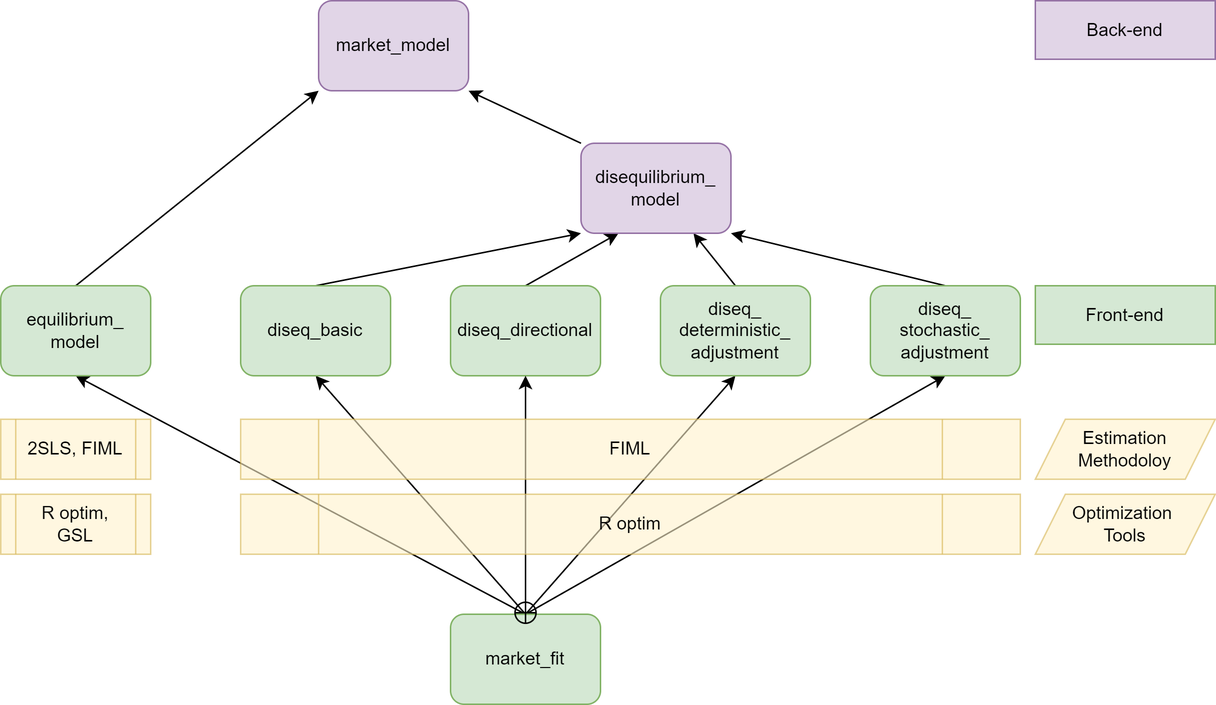
Before: man/figures/design.png, a diagram exported from draw.io (pi-kappa-devel/markets). Source tidied: cells renumbered, new cells last; positions are measured from the earlier drawing's top-left corner, leaving out a move shared by most shapes. The source it was exported from:
```xml
<mxGraphModel>
  <root>
    <mxCell id="0" />
    <mxCell id="1" parent="0" />
    <mxCell id="2" style="edgeStyle=orthogonalEdgeStyle;rounded=0;jettySize=auto;html=1;noEdgeStyle=1;orthogonal=1;entryX=0.5;entryY=1;entryDx=0;entryDy=0;exitX=0.5;exitY=0;exitDx=0;exitDy=0;" parent="1" edge="1" source="25" target="9">
      <mxGeometry relative="1" as="geometry" />
    </mxCell>
    <mxCell id="3" style="edgeStyle=orthogonalEdgeStyle;rounded=0;jettySize=auto;html=1;noEdgeStyle=1;orthogonal=1;entryX=0.5;entryY=1;entryDx=0;entryDy=0;exitX=0.5;exitY=0;exitDx=0;exitDy=0;" parent="1" edge="1" source="25" target="15">
      <mxGeometry relative="1" as="geometry" />
    </mxCell>
    <mxCell id="4" style="edgeStyle=orthogonalEdgeStyle;rounded=0;jettySize=auto;html=1;noEdgeStyle=1;orthogonal=1;entryX=0.5;entryY=1;entryDx=0;entryDy=0;exitX=0.5;exitY=0;exitDx=0;exitDy=0;" parent="1" edge="1" source="25" target="17">
      <mxGeometry relative="1" as="geometry" />
    </mxCell>
    <mxCell id="5" style="edgeStyle=orthogonalEdgeStyle;rounded=0;jettySize=auto;html=1;noEdgeStyle=1;orthogonal=1;entryX=0.5;entryY=1;entryDx=0;entryDy=0;exitX=0.5;exitY=0;exitDx=0;exitDy=0;" parent="1" edge="1" source="25" target="18">
      <mxGeometry relative="1" as="geometry" />
    </mxCell>
    <mxCell id="6" style="edgeStyle=orthogonalEdgeStyle;rounded=0;jettySize=auto;html=1;noEdgeStyle=1;orthogonal=1;exitX=0.5;exitY=0;exitDx=0;exitDy=0;" parent="1" edge="1" source="9" target="8">
      <mxGeometry relative="1" as="geometry" />
    </mxCell>
    <mxCell id="7" style="edgeStyle=orthogonalEdgeStyle;rounded=0;jettySize=auto;html=1;noEdgeStyle=1;orthogonal=1;" parent="1" edge="1" source="14" target="8">
      <mxGeometry relative="1" as="geometry" />
    </mxCell>
    <mxCell id="8" value="market_model" style="rounded=1;whiteSpace=wrap;html=1;fillColor=#e1d5e7;strokeColor=#9673a6;" parent="1" vertex="1">
      <mxGeometry x="212" width="100" height="60" as="geometry" />
    </mxCell>
    <mxCell id="9" value="equilibrium_ model" style="rounded=1;whiteSpace=wrap;html=1;fillColor=#d5e8d4;strokeColor=#82b366;" parent="1" vertex="1">
      <mxGeometry y="190" width="100" height="60" as="geometry" />
    </mxCell>
    <mxCell id="10" style="edgeStyle=orthogonalEdgeStyle;rounded=0;jettySize=auto;html=1;noEdgeStyle=1;orthogonal=1;entryX=0;entryY=1;entryDx=0;entryDy=0;exitX=0.5;exitY=0;exitDx=0;exitDy=0;" parent="1" edge="1" source="15" target="14">
      <mxGeometry relative="1" as="geometry" />
    </mxCell>
    <mxCell id="11" style="edgeStyle=orthogonalEdgeStyle;rounded=0;jettySize=auto;html=1;noEdgeStyle=1;orthogonal=1;exitX=0.5;exitY=0;exitDx=0;exitDy=0;entryX=0.25;entryY=1;entryDx=0;entryDy=0;" parent="1" edge="1" source="16" target="14">
      <mxGeometry relative="1" as="geometry" />
    </mxCell>
    <mxCell id="12" style="edgeStyle=orthogonalEdgeStyle;rounded=0;jettySize=auto;html=1;noEdgeStyle=1;orthogonal=1;entryX=0.75;entryY=1;entryDx=0;entryDy=0;exitX=0.5;exitY=0;exitDx=0;exitDy=0;" parent="1" edge="1" source="17" target="14">
      <mxGeometry relative="1" as="geometry" />
    </mxCell>
    <mxCell id="13" style="edgeStyle=orthogonalEdgeStyle;rounded=0;jettySize=auto;html=1;noEdgeStyle=1;orthogonal=1;exitX=0.5;exitY=0;exitDx=0;exitDy=0;" parent="1" edge="1" source="18" target="14">
      <mxGeometry relative="1" as="geometry" />
    </mxCell>
    <mxCell id="14" value="disequilibrium_&lt;br&gt;model" style="rounded=1;whiteSpace=wrap;html=1;fillColor=#e1d5e7;strokeColor=#9673a6;" parent="1" vertex="1">
      <mxGeometry x="387" y="95" width="100" height="60" as="geometry" />
    </mxCell>
    <mxCell id="15" value="diseq_basic" style="rounded=1;whiteSpace=wrap;html=1;fillColor=#d5e8d4;strokeColor=#82b366;" parent="1" vertex="1">
      <mxGeometry x="160" y="190" width="100" height="60" as="geometry" />
    </mxCell>
    <mxCell id="16" value="diseq_directional" style="rounded=1;whiteSpace=wrap;html=1;fillColor=#d5e8d4;strokeColor=#82b366;" parent="1" vertex="1">
      <mxGeometry x="300" y="190" width="100" height="60" as="geometry" />
    </mxCell>
    <mxCell id="17" value="diseq_ deterministic_ adjustment" style="rounded=1;html=1;align=center;whiteSpace=wrap;fillColor=#d5e8d4;strokeColor=#82b366;" parent="1" vertex="1">
      <mxGeometry x="440" y="190" width="100" height="60" as="geometry" />
    </mxCell>
    <mxCell id="18" value="diseq_ stochastic_ adjustment" style="rounded=1;whiteSpace=wrap;html=1;fillColor=#d5e8d4;strokeColor=#82b366;" parent="1" vertex="1">
      <mxGeometry x="580" y="190" width="100" height="60" as="geometry" />
    </mxCell>
    <mxCell id="19" value="2SLS, FIML" style="shape=process;whiteSpace=wrap;html=1;backgroundOutline=1;align=center;fillColor=#fff2cc;strokeColor=#d6b656;labelBackgroundColor=none;opacity=60;" parent="1" vertex="1">
      <mxGeometry y="279" width="100" height="40" as="geometry" />
    </mxCell>
    <mxCell id="20" value="Estimation Methodoloy" style="shape=parallelogram;perimeter=parallelogramPerimeter;whiteSpace=wrap;html=1;fixedSize=1;align=center;fillColor=#fff2cc;strokeColor=#d6b656;labelBackgroundColor=none;opacity=60;" parent="1" vertex="1">
      <mxGeometry x="690" y="279" width="120" height="40" as="geometry" />
    </mxCell>
    <mxCell id="21" value="Back-end" style="rounded=0;whiteSpace=wrap;html=1;align=center;fillColor=#e1d5e7;strokeColor=#9673a6;" parent="1" vertex="1">
      <mxGeometry x="690" width="120" height="39" as="geometry" />
    </mxCell>
    <mxCell id="22" value="Front-end" style="rounded=0;whiteSpace=wrap;html=1;align=center;fillColor=#d5e8d4;strokeColor=#82b366;" parent="1" vertex="1">
      <mxGeometry x="690" y="190" width="120" height="39" as="geometry" />
    </mxCell>
    <mxCell id="23" value="Optimization &lt;br&gt;Tools" style="shape=parallelogram;perimeter=parallelogramPerimeter;whiteSpace=wrap;html=1;fixedSize=1;align=center;fillColor=#fff2cc;strokeColor=#d6b656;labelBackgroundColor=none;opacity=60;" parent="1" vertex="1">
      <mxGeometry x="690" y="329" width="120" height="40" as="geometry" />
    </mxCell>
    <mxCell id="24" value="R optim,&lt;br&gt;GSL" style="shape=process;whiteSpace=wrap;html=1;backgroundOutline=1;align=center;fillColor=#fff2cc;strokeColor=#d6b656;labelBackgroundColor=none;opacity=60;" parent="1" vertex="1">
      <mxGeometry y="329" width="100" height="40" as="geometry" />
    </mxCell>
    <mxCell id="25" value="market_fit" style="rounded=1;whiteSpace=wrap;html=1;fillColor=#d5e8d4;strokeColor=#82b366;" parent="1" vertex="1">
      <mxGeometry x="300" y="409" width="100" height="60" as="geometry" />
    </mxCell>
    <mxCell id="26" style="edgeStyle=orthogonalEdgeStyle;rounded=0;jettySize=auto;html=1;noEdgeStyle=1;orthogonal=1;entryX=0.5;entryY=1;entryDx=0;entryDy=0;startArrow=circlePlus;startFill=0;sourcePerimeterSpacing=-7;" parent="1" edge="1" source="25" target="16">
      <mxGeometry relative="1" as="geometry" />
    </mxCell>
    <mxCell id="27" value="FIML" style="shape=process;whiteSpace=wrap;html=1;backgroundOutline=1;align=center;fillColor=#fff2cc;strokeColor=#d6b656;labelBackgroundColor=none;opacity=60;" parent="1" vertex="1">
      <mxGeometry x="160" y="279" width="520" height="40" as="geometry" />
    </mxCell>
    <mxCell id="28" value="R optim" style="shape=process;whiteSpace=wrap;html=1;backgroundOutline=1;align=center;fillColor=#fff2cc;strokeColor=#d6b656;labelBackgroundColor=none;opacity=60;" parent="1" vertex="1">
      <mxGeometry x="160" y="329" width="520" height="40" as="geometry" />
    </mxCell>
  </root>
</mxGraphModel>
```
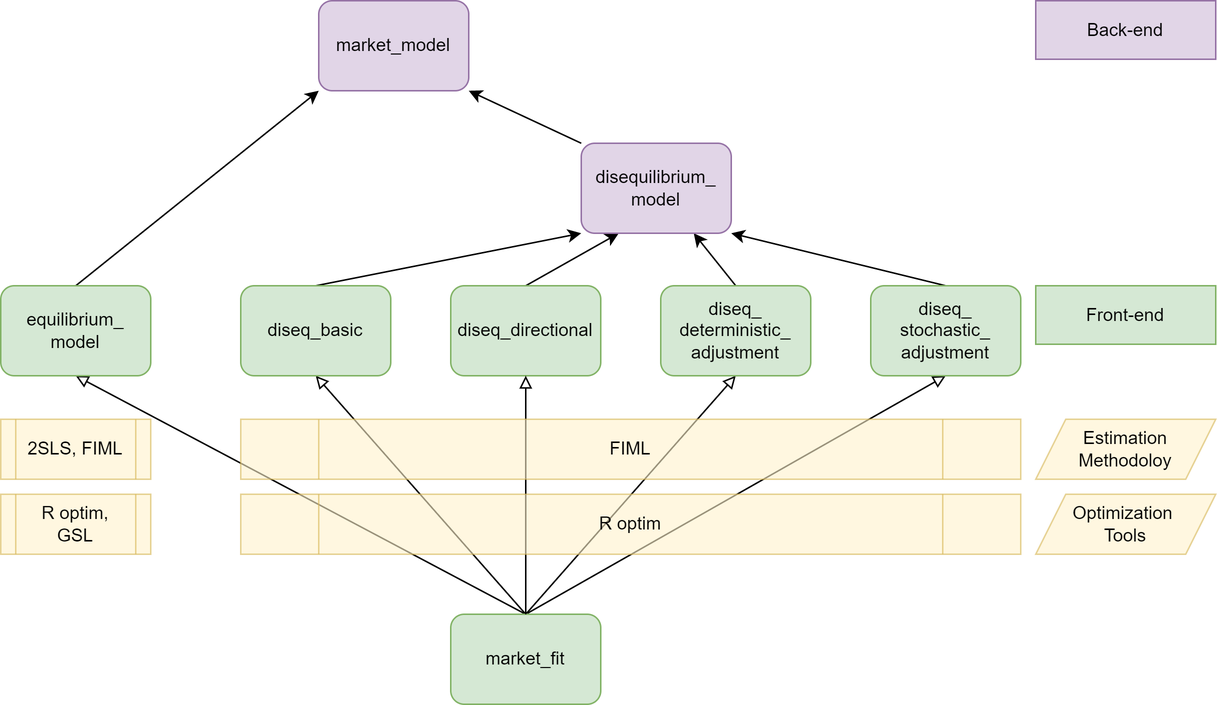
The same file after the commit.

The edit, as a diff of the source:
```diff
@@ -2,16 +2,16 @@
   <root>
     <mxCell id="0" />
     <mxCell id="1" parent="0" />
-    <mxCell id="2" style="edgeStyle=orthogonalEdgeStyle;rounded=0;jettySize=auto;html=1;noEdgeStyle=1;orthogonal=1;entryX=0.5;entryY=1;entryDx=0;entryDy=0;exitX=0.5;exitY=0;exitDx=0;exitDy=0;" parent="1" edge="1" source="25" target="9">
+    <mxCell id="2" style="edgeStyle=orthogonalEdgeStyle;rounded=0;jettySize=auto;html=1;noEdgeStyle=1;orthogonal=1;entryX=0.5;entryY=1;entryDx=0;entryDy=0;exitX=0.5;exitY=0;exitDx=0;exitDy=0;startArrow=none;startFill=0;endArrow=block;endFill=0;" parent="1" edge="1" source="25" target="9">
       <mxGeometry relative="1" as="geometry" />
     </mxCell>
-    <mxCell id="3" style="edgeStyle=orthogonalEdgeStyle;rounded=0;jettySize=auto;html=1;noEdgeStyle=1;orthogonal=1;entryX=0.5;entryY=1;entryDx=0;entryDy=0;exitX=0.5;exitY=0;exitDx=0;exitDy=0;" parent="1" edge="1" source="25" target="15">
+    <mxCell id="3" style="edgeStyle=orthogonalEdgeStyle;rounded=0;jettySize=auto;html=1;noEdgeStyle=1;orthogonal=1;entryX=0.5;entryY=1;entryDx=0;entryDy=0;exitX=0.5;exitY=0;exitDx=0;exitDy=0;startArrow=none;startFill=0;endArrow=block;endFill=0;" parent="1" edge="1" source="25" target="15">
       <mxGeometry relative="1" as="geometry" />
     </mxCell>
-    <mxCell id="4" style="edgeStyle=orthogonalEdgeStyle;rounded=0;jettySize=auto;html=1;noEdgeStyle=1;orthogonal=1;entryX=0.5;entryY=1;entryDx=0;entryDy=0;exitX=0.5;exitY=0;exitDx=0;exitDy=0;" parent="1" edge="1" source="25" target="17">
+    <mxCell id="4" style="edgeStyle=orthogonalEdgeStyle;rounded=0;jettySize=auto;html=1;noEdgeStyle=1;orthogonal=1;entryX=0.5;entryY=1;entryDx=0;entryDy=0;exitX=0.5;exitY=0;exitDx=0;exitDy=0;startArrow=none;startFill=0;endArrow=block;endFill=0;" parent="1" edge="1" source="25" target="17">
       <mxGeometry relative="1" as="geometry" />
     </mxCell>
-    <mxCell id="5" style="edgeStyle=orthogonalEdgeStyle;rounded=0;jettySize=auto;html=1;noEdgeStyle=1;orthogonal=1;entryX=0.5;entryY=1;entryDx=0;entryDy=0;exitX=0.5;exitY=0;exitDx=0;exitDy=0;" parent="1" edge="1" source="25" target="18">
+    <mxCell id="5" style="edgeStyle=orthogonalEdgeStyle;rounded=0;jettySize=auto;html=1;noEdgeStyle=1;orthogonal=1;entryX=0.5;entryY=1;entryDx=0;entryDy=0;exitX=0.5;exitY=0;exitDx=0;exitDy=0;startArrow=none;startFill=0;endArrow=block;endFill=0;" parent="1" edge="1" source="25" target="18">
       <mxGeometry relative="1" as="geometry" />
     </mxCell>
     <mxCell id="6" style="edgeStyle=orthogonalEdgeStyle;rounded=0;jettySize=auto;html=1;noEdgeStyle=1;orthogonal=1;exitX=0.5;exitY=0;exitDx=0;exitDy=0;" parent="1" edge="1" source="9" target="8">
@@ -74,7 +74,7 @@
     <mxCell id="25" value="market_fit" style="rounded=1;whiteSpace=wrap;html=1;fillColor=#d5e8d4;strokeColor=#82b366;" parent="1" vertex="1">
       <mxGeometry x="300" y="409" width="100" height="60" as="geometry" />
     </mxCell>
-    <mxCell id="26" style="edgeStyle=orthogonalEdgeStyle;rounded=0;jettySize=auto;html=1;noEdgeStyle=1;orthogonal=1;entryX=0.5;entryY=1;entryDx=0;entryDy=0;startArrow=circlePlus;startFill=0;sourcePerimeterSpacing=-7;" parent="1" edge="1" source="25" target="16">
+    <mxCell id="26" style="edgeStyle=orthogonalEdgeStyle;rounded=0;jettySize=auto;html=1;noEdgeStyle=1;orthogonal=1;entryX=0.5;entryY=1;entryDx=0;entryDy=0;startArrow=none;startFill=0;sourcePerimeterSpacing=-7;endArrow=block;endFill=0;exitX=0.5;exitY=0;exitDx=0;exitDy=0;" parent="1" edge="1" source="25" target="16">
       <mxGeometry relative="1" as="geometry" />
     </mxCell>
     <mxCell id="27" value="FIML" style="shape=process;whiteSpace=wrap;html=1;backgroundOutline=1;align=center;fillColor=#fff2cc;strokeColor=#d6b656;labelBackgroundColor=none;opacity=60;" parent="1" vertex="1">
```
